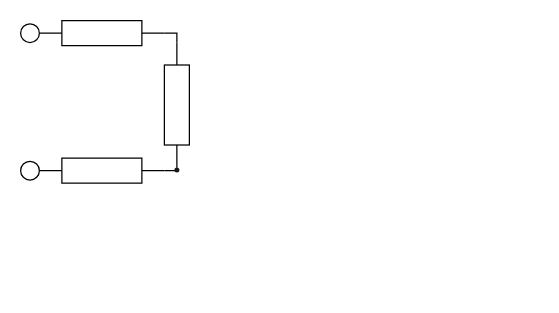
Earlier version of the draw.io diagram MULTISTAGE IMPULSE GENERATOR.drawio (mt-perform/schematics). Source tidied: cells renumbered, new cells numbered last; positions are measured from the earlier drawing's top-left corner, leaving out a move shared by most shapes. Both pictures are drawn from the tidied source at 125%, with x=0, y=0 at pixel (20, 20).
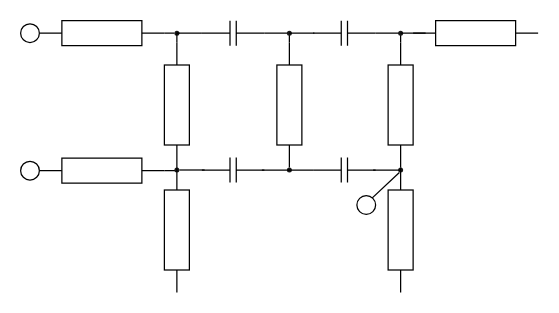
After the change.

Commit message (it also covers changes not shown here):
MULTISTAGE IMPULSE GENERATOR.drawio を更新します

Unchanged cells that the change refers to:
```xml
<mxCell id="2" style="verticalLabelPosition=bottom;shadow=0;dashed=0;align=center;html=1;verticalAlign=top;shape=mxgraph.electrical.resistors.resistor_1;fontSize=20;strokeWidth=1;" parent="1" vertex="1">
  <mxGeometry x="15" width="100" height="20" as="geometry" />
</mxCell>
<mxCell id="6" style="verticalLabelPosition=bottom;shadow=0;dashed=0;align=center;html=1;verticalAlign=top;shape=mxgraph.electrical.resistors.resistor_1;fontSize=20;strokeWidth=1;direction=south;" parent="1" vertex="1">
  <mxGeometry x="115" y="17.5" width="20" height="100" as="geometry" />
</mxCell>
<mxCell id="9" style="ellipse;whiteSpace=wrap;html=1;fontSize=20;strokeWidth=1;align=center;strokeColor=none;fillColor=#171717;" parent="1" vertex="1">
  <mxGeometry x="123" y="117.5" width="4" height="4" as="geometry" />
</mxCell>
```

The edit, as a diff of the source:
```diff
@@
+    <mxCell id="10" style="endArrow=none;html=1;rounded=0;fontSize=20;strokeWidth=1;jumpSize=1;" parent="1" edge="1">
+      <mxGeometry relative="1" as="geometry">
+        <mxPoint x="279" y="144" as="sourcePoint" />
+        <mxPoint x="303" y="121.5" as="targetPoint" />
+      </mxGeometry>
+    </mxCell>
+    <mxCell id="11" style="verticalLabelPosition=bottom;shadow=0;dashed=0;align=center;html=1;verticalAlign=top;strokeWidth=1;shape=ellipse;perimeter=ellipsePerimeter;fontSize=20;direction=south;" parent="1" vertex="1">
+      <mxGeometry x="269" y="140" width="15" height="15" as="geometry" />
+    </mxCell>
@@
-    <mxCell id="8" style="endArrow=none;html=1;rounded=0;fontSize=20;strokeWidth=1;jumpSize=1;entryX=1;entryY=0.5;entryDx=0;entryDy=0;entryPerimeter=0;exitX=0;exitY=0.5;exitDx=0;exitDy=0;exitPerimeter=0;" parent="1" edge="1" source="6" target="2">
-      <mxGeometry relative="1" as="geometry">
-        <Array as="points">
-          <mxPoint x="125" y="10" />
-        </Array>
-      </mxGeometry>
+    <mxCell id="8" style="endArrow=none;html=1;rounded=0;fontSize=20;strokeWidth=1;jumpSize=1;entryX=1;entryY=0.5;entryDx=0;entryDy=0;entryPerimeter=0;exitX=0;exitY=0.5;exitDx=0;exitDy=0;exitPerimeter=0;startArrow=none;" parent="1" edge="1" source="13" target="2">
+      <mxGeometry relative="1" as="geometry" />
     </mxCell>
+    <mxCell id="12" style="edgeStyle=orthogonalEdgeStyle;rounded=0;jumpSize=1;jettySize=auto;html=1;exitX=1;exitY=0.5;exitDx=0;exitDy=0;entryX=0.043;entryY=0.51;entryDx=0;entryDy=0;entryPerimeter=0;fontSize=20;endArrow=none;endFill=0;strokeWidth=1;" parent="1" edge="1" source="9" target="24">
+      <mxGeometry relative="1" as="geometry" />
+    </mxCell>
@@
+    <mxCell id="13" style="ellipse;whiteSpace=wrap;html=1;fontSize=20;strokeWidth=1;align=center;strokeColor=none;fillColor=#171717;" parent="1" vertex="1">
+      <mxGeometry x="123" y="8" width="4" height="4" as="geometry" />
+    </mxCell>
+    <mxCell id="14" style="endArrow=none;html=1;rounded=0;fontSize=20;strokeWidth=1;jumpSize=1;entryX=1;entryY=0.5;entryDx=0;entryDy=0;entryPerimeter=0;exitX=0;exitY=0.5;exitDx=0;exitDy=0;exitPerimeter=0;" parent="1" edge="1" source="6" target="13">
+      <mxGeometry relative="1" as="geometry">
+        <Array as="points">
+          <mxPoint x="125" y="10" />
+        </Array>
+      </mxGeometry>
+    </mxCell>
+    <mxCell id="15" style="edgeStyle=orthogonalEdgeStyle;rounded=0;jumpSize=1;jettySize=auto;html=1;exitX=0;exitY=0.5;exitDx=0;exitDy=0;exitPerimeter=0;fontSize=20;endArrow=none;endFill=0;strokeWidth=1;" parent="1" edge="1" source="17">
+      <mxGeometry relative="1" as="geometry">
+        <mxPoint x="125" y="10" as="targetPoint" />
+      </mxGeometry>
+    </mxCell>
+    <mxCell id="16" style="edgeStyle=orthogonalEdgeStyle;rounded=0;jumpSize=1;jettySize=auto;html=1;exitX=1;exitY=0.5;exitDx=0;exitDy=0;exitPerimeter=0;fontSize=20;endArrow=none;endFill=0;strokeWidth=1;" parent="1" edge="1" source="17">
+      <mxGeometry relative="1" as="geometry">
+        <mxPoint x="215" y="10" as="targetPoint" />
+      </mxGeometry>
+    </mxCell>
+    <mxCell id="17" style="verticalLabelPosition=bottom;shadow=0;dashed=0;align=center;html=1;verticalAlign=top;shape=mxgraph.electrical.capacitors.capacitor_1;fontSize=20;strokeWidth=1;fillColor=#171717;" parent="1" vertex="1">
+      <mxGeometry x="145" width="50" height="20" as="geometry" />
+    </mxCell>
+    <mxCell id="18" style="edgeStyle=orthogonalEdgeStyle;rounded=0;jumpSize=1;jettySize=auto;html=1;exitX=0;exitY=0.5;exitDx=0;exitDy=0;exitPerimeter=0;fontSize=20;endArrow=none;endFill=0;strokeWidth=1;" parent="1" edge="1" source="19">
+      <mxGeometry relative="1" as="geometry">
+        <mxPoint x="215" y="10" as="targetPoint" />
+      </mxGeometry>
+    </mxCell>
+    <mxCell id="19" style="verticalLabelPosition=bottom;shadow=0;dashed=0;align=center;html=1;verticalAlign=top;shape=mxgraph.electrical.resistors.resistor_1;fontSize=20;strokeWidth=1;direction=south;" parent="1" vertex="1">
+      <mxGeometry x="205" y="17.5" width="20" height="100" as="geometry" />
+    </mxCell>
+    <mxCell id="20" style="ellipse;whiteSpace=wrap;html=1;fontSize=20;strokeWidth=1;align=center;strokeColor=none;fillColor=#171717;" parent="1" vertex="1">
+      <mxGeometry x="213" y="117.5" width="4" height="4" as="geometry" />
+    </mxCell>
+    <mxCell id="21" style="ellipse;whiteSpace=wrap;html=1;fontSize=20;strokeWidth=1;align=center;strokeColor=none;fillColor=#171717;" parent="1" vertex="1">
+      <mxGeometry x="213" y="8" width="4" height="4" as="geometry" />
+    </mxCell>
+    <mxCell id="22" style="edgeStyle=orthogonalEdgeStyle;rounded=0;jumpSize=1;orthogonalLoop=1;jettySize=auto;html=1;exitX=0;exitY=0.5;exitDx=0;exitDy=0;exitPerimeter=0;fontSize=20;endArrow=none;endFill=0;strokeWidth=1;" parent="1" edge="1">
+      <mxGeometry relative="1" as="geometry">
+        <mxPoint x="235" y="10" as="sourcePoint" />
+        <mxPoint x="215" y="10" as="targetPoint" />
+      </mxGeometry>
+    </mxCell>
+    <mxCell id="23" style="edgeStyle=orthogonalEdgeStyle;rounded=0;jumpSize=1;jettySize=auto;html=1;entryX=0.5;entryY=0.5;entryDx=0;entryDy=0;entryPerimeter=0;fontSize=20;endArrow=none;endFill=0;strokeWidth=1;" parent="1" edge="1" source="24" target="20">
+      <mxGeometry relative="1" as="geometry" />
+    </mxCell>
+    <mxCell id="24" style="verticalLabelPosition=bottom;shadow=0;dashed=0;align=center;html=1;verticalAlign=top;shape=mxgraph.electrical.capacitors.capacitor_1;fontSize=20;strokeWidth=1;fillColor=#171717;" parent="1" vertex="1">
+      <mxGeometry x="145" y="109.5" width="50" height="20" as="geometry" />
+    </mxCell>
+    <mxCell id="25" style="verticalLabelPosition=bottom;shadow=0;dashed=0;align=center;html=1;verticalAlign=top;shape=mxgraph.electrical.resistors.resistor_1;fontSize=20;strokeWidth=1;direction=south;" parent="1" vertex="1">
+      <mxGeometry x="115" y="117.5" width="20" height="100" as="geometry" />
+    </mxCell>
+    <mxCell id="26" style="edgeStyle=orthogonalEdgeStyle;rounded=0;jumpSize=1;jettySize=auto;html=1;exitX=1;exitY=0.5;exitDx=0;exitDy=0;exitPerimeter=0;fontSize=20;endArrow=none;endFill=0;strokeWidth=1;" parent="1" edge="1" source="27">
+      <mxGeometry relative="1" as="geometry">
+        <mxPoint x="304" y="10" as="targetPoint" />
+      </mxGeometry>
+    </mxCell>
+    <mxCell id="27" style="verticalLabelPosition=bottom;shadow=0;dashed=0;align=center;html=1;verticalAlign=top;shape=mxgraph.electrical.capacitors.capacitor_1;fontSize=20;strokeWidth=1;fillColor=#171717;" parent="1" vertex="1">
+      <mxGeometry x="234" width="50" height="20" as="geometry" />
+    </mxCell>
+    <mxCell id="28" style="edgeStyle=orthogonalEdgeStyle;rounded=0;jumpSize=1;jettySize=auto;html=1;exitX=0;exitY=0.5;exitDx=0;exitDy=0;exitPerimeter=0;fontSize=20;endArrow=none;endFill=0;strokeWidth=1;" parent="1" edge="1" source="29">
+      <mxGeometry relative="1" as="geometry">
+        <mxPoint x="304" y="10" as="targetPoint" />
+      </mxGeometry>
+    </mxCell>
+    <mxCell id="29" style="verticalLabelPosition=bottom;shadow=0;dashed=0;align=center;html=1;verticalAlign=top;shape=mxgraph.electrical.resistors.resistor_1;fontSize=20;strokeWidth=1;direction=south;" parent="1" vertex="1">
+      <mxGeometry x="294" y="17.5" width="20" height="100" as="geometry" />
+    </mxCell>
+    <mxCell id="30" style="ellipse;whiteSpace=wrap;html=1;fontSize=20;strokeWidth=1;align=center;strokeColor=none;fillColor=#171717;" parent="1" vertex="1">
+      <mxGeometry x="302" y="117.5" width="4" height="4" as="geometry" />
+    </mxCell>
+    <mxCell id="31" style="ellipse;whiteSpace=wrap;html=1;fontSize=20;strokeWidth=1;align=center;strokeColor=none;fillColor=#171717;" parent="1" vertex="1">
+      <mxGeometry x="302" y="8" width="4" height="4" as="geometry" />
+    </mxCell>
+    <mxCell id="32" style="edgeStyle=orthogonalEdgeStyle;rounded=0;jumpSize=1;orthogonalLoop=1;jettySize=auto;html=1;exitX=0;exitY=0.5;exitDx=0;exitDy=0;exitPerimeter=0;fontSize=20;endArrow=none;endFill=0;strokeWidth=1;" parent="1" edge="1">
+      <mxGeometry relative="1" as="geometry">
+        <mxPoint x="324" y="10" as="sourcePoint" />
+        <mxPoint x="304" y="10" as="targetPoint" />
+      </mxGeometry>
+    </mxCell>
+    <mxCell id="33" style="edgeStyle=orthogonalEdgeStyle;rounded=0;jumpSize=1;jettySize=auto;html=1;entryX=0.5;entryY=0.5;entryDx=0;entryDy=0;entryPerimeter=0;fontSize=20;endArrow=none;endFill=0;strokeWidth=1;" parent="1" edge="1" source="35" target="30">
+      <mxGeometry relative="1" as="geometry" />
+    </mxCell>
+    <mxCell id="34" style="edgeStyle=orthogonalEdgeStyle;rounded=0;jumpSize=1;jettySize=auto;html=1;fontSize=20;endArrow=none;endFill=0;strokeWidth=1;" parent="1" edge="1" source="35">
+      <mxGeometry relative="1" as="geometry">
+        <mxPoint x="215" y="119.5" as="targetPoint" />
+      </mxGeometry>
+    </mxCell>
+    <mxCell id="35" style="verticalLabelPosition=bottom;shadow=0;dashed=0;align=center;html=1;verticalAlign=top;shape=mxgraph.electrical.capacitors.capacitor_1;fontSize=20;strokeWidth=1;fillColor=#171717;" parent="1" vertex="1">
+      <mxGeometry x="234" y="109.5" width="50" height="20" as="geometry" />
+    </mxCell>
+    <mxCell id="36" style="verticalLabelPosition=bottom;shadow=0;dashed=0;align=center;html=1;verticalAlign=top;shape=mxgraph.electrical.resistors.resistor_1;fontSize=20;strokeWidth=1;direction=west;" parent="1" vertex="1">
+      <mxGeometry x="314" width="100" height="20" as="geometry" />
+    </mxCell>
+    <mxCell id="37" style="verticalLabelPosition=bottom;shadow=0;dashed=0;align=center;html=1;verticalAlign=top;shape=mxgraph.electrical.resistors.resistor_1;fontSize=20;strokeWidth=1;direction=south;" parent="1" vertex="1">
+      <mxGeometry x="294" y="117.5" width="20" height="100" as="geometry" />
+    </mxCell>
```
